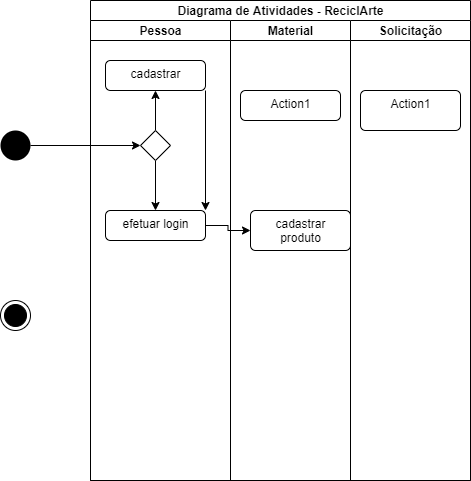
The draw.io diagram diagramaatividades.png in leitoraincomum/engsofII, before a commit. Source tidied: cells renumbered, new cells last; positions are measured from the earlier drawing's top-left corner, leaving out a move shared by most shapes. Its diagram source:
```xml
<mxGraphModel>
  <root>
    <mxCell id="0" />
    <mxCell id="1" parent="0" />
    <mxCell id="2" value="Diagrama de Atividades - ReciclArte" style="swimlane;html=1;startSize=20;" parent="1" vertex="1">
      <mxGeometry x="90" width="380" height="480" as="geometry" />
    </mxCell>
    <mxCell id="3" value="Pessoa" style="swimlane;html=1;startSize=20;" parent="2" vertex="1">
      <mxGeometry y="20" width="140" height="460" as="geometry" />
    </mxCell>
    <mxCell id="4" value="efetuar login" style="html=1;align=center;verticalAlign=top;rounded=1;absoluteArcSize=1;arcSize=10;dashed=0;" parent="3" vertex="1">
      <mxGeometry x="15" y="190" width="100" height="30" as="geometry" />
    </mxCell>
    <mxCell id="5" style="edgeStyle=orthogonalEdgeStyle;rounded=0;jettySize=auto;html=1;exitX=0.5;exitY=1;exitDx=0;exitDy=0;" parent="3" edge="1" source="7" target="4">
      <mxGeometry relative="1" as="geometry" />
    </mxCell>
    <mxCell id="6" style="edgeStyle=orthogonalEdgeStyle;rounded=0;jettySize=auto;html=1;exitX=0.5;exitY=0;exitDx=0;exitDy=0;entryX=0.5;entryY=1;entryDx=0;entryDy=0;" parent="3" edge="1" source="7" target="9">
      <mxGeometry relative="1" as="geometry" />
    </mxCell>
    <mxCell id="7" style="rhombus;" parent="3" vertex="1">
      <mxGeometry x="50" y="110" width="30" height="30" as="geometry" />
    </mxCell>
    <mxCell id="8" style="edgeStyle=orthogonalEdgeStyle;rounded=0;jettySize=auto;html=1;exitX=1;exitY=1;exitDx=0;exitDy=0;entryX=1;entryY=0;entryDx=0;entryDy=0;" parent="3" edge="1" source="9" target="4">
      <mxGeometry relative="1" as="geometry" />
    </mxCell>
    <mxCell id="9" value="cadastrar" style="html=1;align=center;verticalAlign=top;rounded=1;absoluteArcSize=1;arcSize=10;dashed=0;" parent="3" vertex="1">
      <mxGeometry x="15" y="40" width="100" height="30" as="geometry" />
    </mxCell>
    <mxCell id="10" value="Material" style="swimlane;html=1;startSize=20;" parent="2" vertex="1">
      <mxGeometry x="140" y="20" width="120" height="460" as="geometry" />
    </mxCell>
    <mxCell id="11" value="Action1" style="html=1;align=center;verticalAlign=top;rounded=1;absoluteArcSize=1;arcSize=10;dashed=0;" parent="10" vertex="1">
      <mxGeometry x="10" y="70" width="100" height="30" as="geometry" />
    </mxCell>
    <mxCell id="12" value="cadastrar&lt;br&gt;produto" style="html=1;align=center;verticalAlign=top;rounded=1;absoluteArcSize=1;arcSize=10;dashed=0;" parent="10" vertex="1">
      <mxGeometry x="20" y="190" width="100" height="40" as="geometry" />
    </mxCell>
    <mxCell id="13" value="Solicitação" style="swimlane;html=1;startSize=20;" parent="2" vertex="1">
      <mxGeometry x="260" y="20" width="120" height="460" as="geometry" />
    </mxCell>
    <mxCell id="14" value="Action1" style="html=1;align=center;verticalAlign=top;rounded=1;absoluteArcSize=1;arcSize=10;dashed=0;" parent="13" vertex="1">
      <mxGeometry x="10" y="70" width="100" height="40" as="geometry" />
    </mxCell>
    <mxCell id="15" style="edgeStyle=orthogonalEdgeStyle;rounded=0;jettySize=auto;html=1;exitX=1;exitY=0.5;exitDx=0;exitDy=0;entryX=0;entryY=0.5;entryDx=0;entryDy=0;" parent="2" edge="1" source="4" target="12">
      <mxGeometry relative="1" as="geometry" />
    </mxCell>
    <mxCell id="16" style="edgeStyle=orthogonalEdgeStyle;rounded=0;jettySize=auto;html=1;entryX=0;entryY=0.5;entryDx=0;entryDy=0;" parent="1" edge="1" source="17" target="7">
      <mxGeometry relative="1" as="geometry" />
    </mxCell>
    <mxCell id="17" style="ellipse;fillColor=#000000;strokeColor=none;" parent="1" vertex="1">
      <mxGeometry y="130" width="30" height="30" as="geometry" />
    </mxCell>
    <mxCell id="18" style="ellipse;html=1;shape=endState;fillColor=#000000;strokeColor=#000000;" parent="1" vertex="1">
      <mxGeometry y="300" width="30" height="30" as="geometry" />
    </mxCell>
  </root>
</mxGraphModel>
```
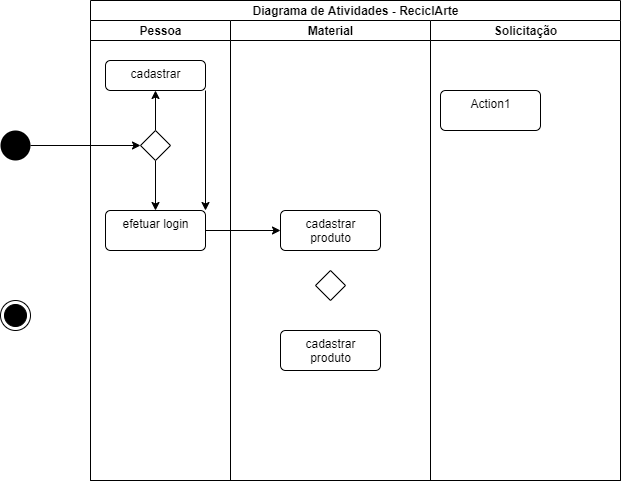
After the change.

What changed in the source:
```diff
@@ -3,13 +3,13 @@
     <mxCell id="0" />
     <mxCell id="1" parent="0" />
     <mxCell id="2" value="Diagrama de Atividades - ReciclArte" style="swimlane;html=1;startSize=20;" parent="1" vertex="1">
-      <mxGeometry x="90" width="380" height="480" as="geometry" />
+      <mxGeometry x="90" width="530" height="480" as="geometry" />
     </mxCell>
     <mxCell id="3" value="Pessoa" style="swimlane;html=1;startSize=20;" parent="2" vertex="1">
       <mxGeometry y="20" width="140" height="460" as="geometry" />
     </mxCell>
     <mxCell id="4" value="efetuar login" style="html=1;align=center;verticalAlign=top;rounded=1;absoluteArcSize=1;arcSize=10;dashed=0;" parent="3" vertex="1">
-      <mxGeometry x="15" y="190" width="100" height="30" as="geometry" />
+      <mxGeometry x="15" y="190" width="100" height="40" as="geometry" />
     </mxCell>
     <mxCell id="5" style="edgeStyle=orthogonalEdgeStyle;rounded=0;jettySize=auto;html=1;exitX=0.5;exitY=1;exitDx=0;exitDy=0;" parent="3" edge="1" source="7" target="4">
       <mxGeometry relative="1" as="geometry" />
@@ -27,16 +27,19 @@
       <mxGeometry x="15" y="40" width="100" height="30" as="geometry" />
     </mxCell>
     <mxCell id="10" value="Material" style="swimlane;html=1;startSize=20;" parent="2" vertex="1">
-      <mxGeometry x="140" y="20" width="120" height="460" as="geometry" />
+      <mxGeometry x="140" y="20" width="200" height="460" as="geometry" />
     </mxCell>
-    <mxCell id="11" value="Action1" style="html=1;align=center;verticalAlign=top;rounded=1;absoluteArcSize=1;arcSize=10;dashed=0;" parent="10" vertex="1">
-      <mxGeometry x="10" y="70" width="100" height="30" as="geometry" />
-    </mxCell>
     <mxCell id="12" value="cadastrar&lt;br&gt;produto" style="html=1;align=center;verticalAlign=top;rounded=1;absoluteArcSize=1;arcSize=10;dashed=0;" parent="10" vertex="1">
-      <mxGeometry x="20" y="190" width="100" height="40" as="geometry" />
+      <mxGeometry x="50" y="190" width="100" height="40" as="geometry" />
     </mxCell>
+    <mxCell id="19" value="cadastrar&lt;br&gt;produto" style="html=1;align=center;verticalAlign=top;rounded=1;absoluteArcSize=1;arcSize=10;dashed=0;" parent="10" vertex="1">
+      <mxGeometry x="50" y="310" width="100" height="40" as="geometry" />
+    </mxCell>
+    <mxCell id="20" style="rhombus;" parent="10" vertex="1">
+      <mxGeometry x="85" y="250" width="30" height="30" as="geometry" />
+    </mxCell>
     <mxCell id="13" value="Solicitação" style="swimlane;html=1;startSize=20;" parent="2" vertex="1">
-      <mxGeometry x="260" y="20" width="120" height="460" as="geometry" />
+      <mxGeometry x="340" y="20" width="190" height="460" as="geometry" />
     </mxCell>
     <mxCell id="14" value="Action1" style="html=1;align=center;verticalAlign=top;rounded=1;absoluteArcSize=1;arcSize=10;dashed=0;" parent="13" vertex="1">
       <mxGeometry x="10" y="70" width="100" height="40" as="geometry" />
```
